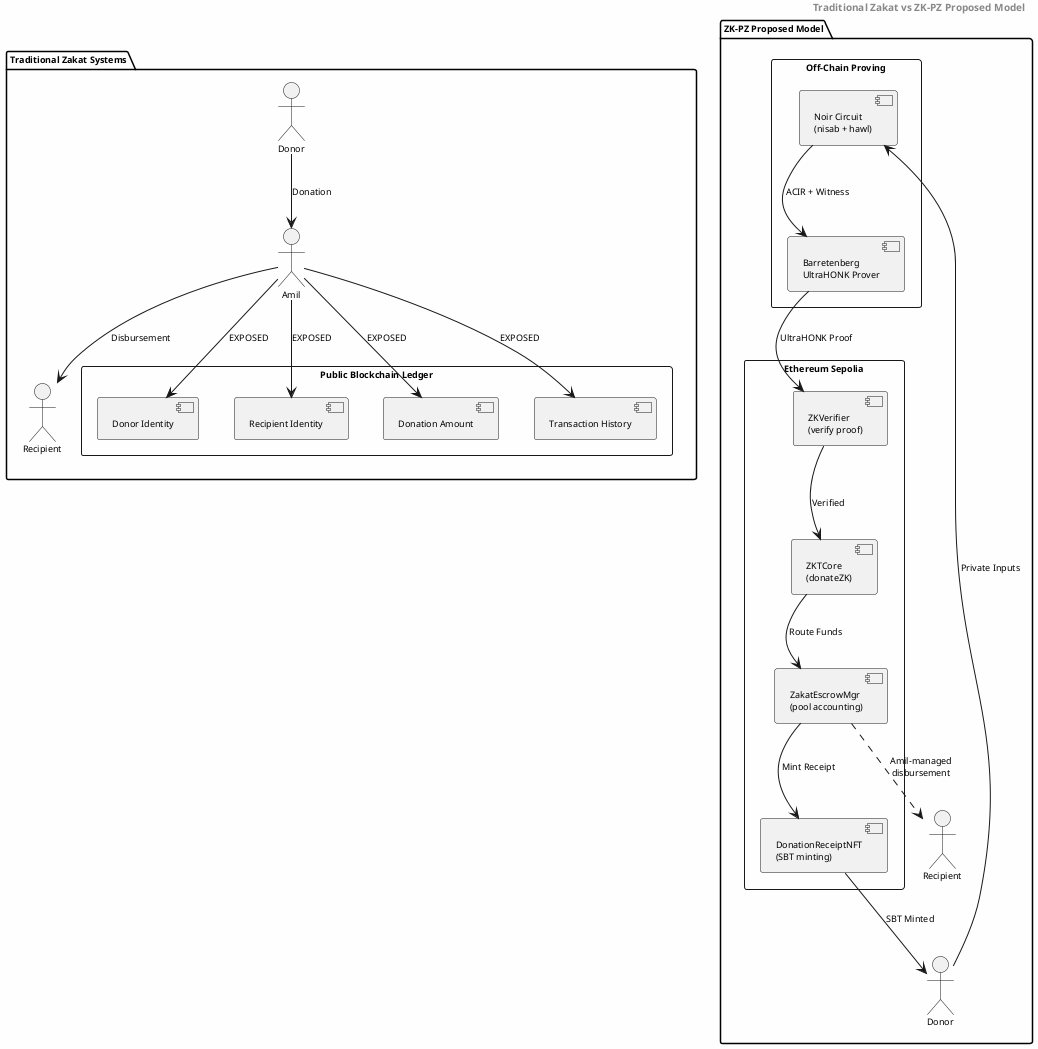
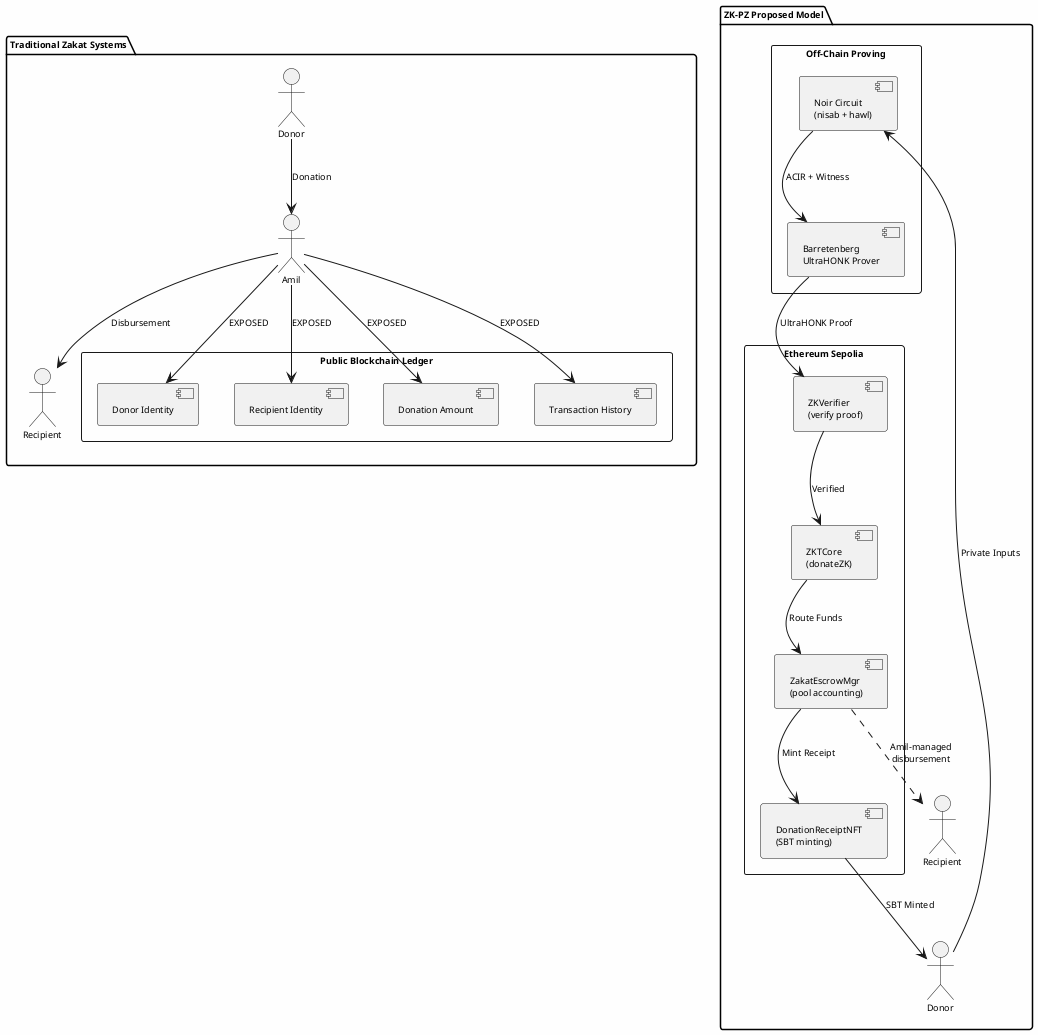
@startuml
skinparam backgroundColor #FEFEFE
skinparam shadowing false
skinparam defaultFontName Arial
skinparam defaultFontSize 9
skinparam packagePadding 2
skinparam nodePadding 2

- header <b>Traditional Zakat vs ZK-PZ Proposed Model</b>

package "Traditional Zakat Systems" {
  actor Donor_T as "Donor"
  actor Amil_T as "Amil"
  actor Recipient_T as "Recipient"

  rectangle "Public Blockchain Ledger" {
    component DonorID as "Donor Identity"
    component RecipientID as "Recipient Identity"
    component Amount as "Donation Amount"
    component History as "Transaction History"
  }

  Donor_T --> Amil_T : Donation
  Amil_T --> Recipient_T : Disbursement
  Amil_T --> DonorID : EXPOSED
  Amil_T --> RecipientID : EXPOSED
  Amil_T --> Amount : EXPOSED
  Amil_T --> History : EXPOSED
}

package "ZK-PZ Proposed Model" {
  actor Donor_Z as "Donor"
  actor Recipient_Z as "Recipient"

  rectangle "Off-Chain Proving" as Proving {
    component NoirCircuit as "Noir Circuit\n(nisab + hawl)"
    component BBProver as "Barretenberg\nUltraHONK Prover"
  }

  rectangle "Ethereum Sepolia" as Sepolia {
    component ZKVerifier as "ZKVerifier\n(verify proof)"
    component ZKTCore as "ZKTCore\n(donateZK)"
    component Escrow as "ZakatEscrowMgr\n(pool accounting)"
    component ReceiptNFT as "DonationReceiptNFT\n(SBT minting)"
  }

  Donor_Z --> NoirCircuit : Private Inputs
  NoirCircuit --> BBProver : ACIR + Witness
  BBProver --> ZKVerifier : UltraHONK Proof
  ZKVerifier --> ZKTCore : Verified
  ZKTCore --> Escrow : Route Funds
  Escrow --> ReceiptNFT : Mint Receipt
  ReceiptNFT --> Donor_Z : SBT Minted
  Escrow ..> Recipient_Z : Amil-managed\ndisbursement
}

@enduml
